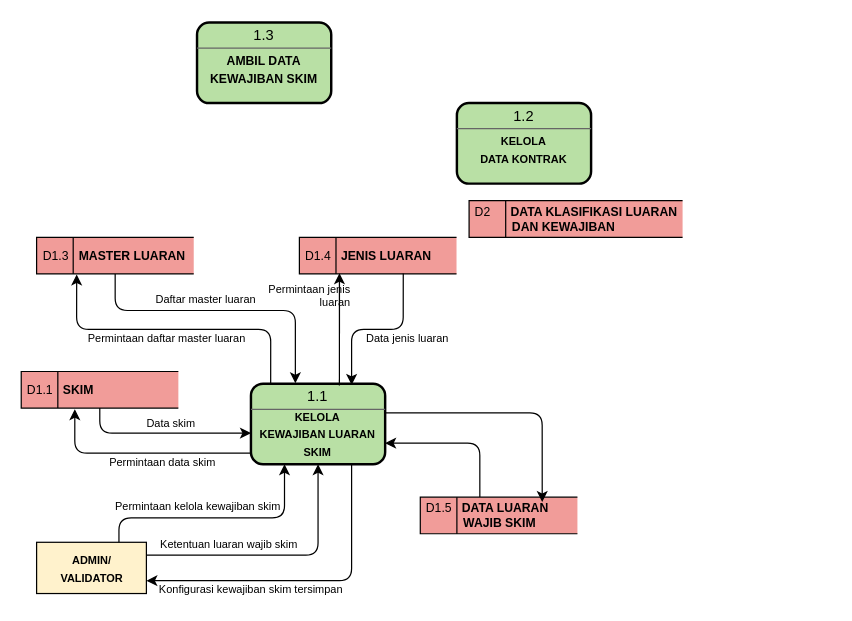
This is page "Level 1 (1)" (3 of 6) of Monitoring Luaran.drawio from krizal8749-ops/Ideabox, a draw.io file, before an edit. Source tidied: cells renumbered, new cells numbered last; positions are measured from the earlier drawing's top-left corner, leaving out a move shared by most shapes. Both pictures are drawn from the tidied source at 122%, with x=0, y=0 at pixel (21, 22).
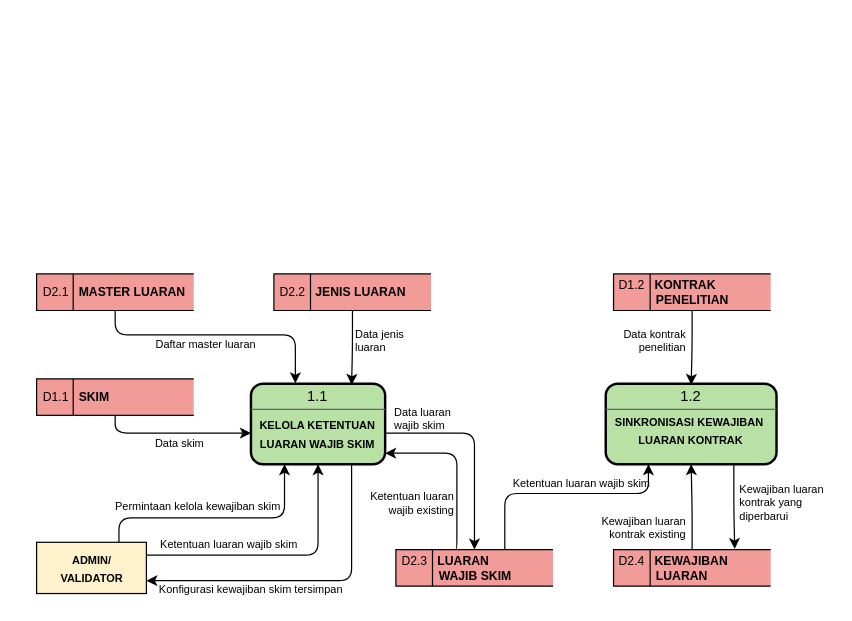
After the change.

Unchanged cells that the change refers to:
```xml
<mxCell id="3" style="group;" parent="1" vertex="1">
  <mxGeometry x="188.2" y="296" width="110" height="66" as="geometry" />
</mxCell>
<mxCell id="4" style="rounded=1;whiteSpace=wrap;html=1;strokeWidth=2;fillColor=#B9E0A5;" parent="3" vertex="1">
  <mxGeometry width="110" height="66" as="geometry" />
</mxCell>
<mxCell id="5" value="1.1" style="text;html=1;whiteSpace=wrap;strokeColor=none;fillColor=none;align=center;verticalAlign=middle;rounded=0;" parent="3" vertex="1">
  <mxGeometry y="1" width="110" height="20" as="geometry" />
</mxCell>
```

Change to the diagram source:
```diff
@@
-    <mxCell id="7" value="&lt;font style=&quot;font-size: 9px;&quot;&gt;KELOLA&lt;/font&gt;&lt;div&gt;&lt;font style=&quot;font-size: 9px;&quot;&gt;KEWAJIBAN LUARAN SKIM&lt;/font&gt;&lt;/div&gt;" style="text;html=1;whiteSpace=wrap;strokeColor=none;fillColor=none;align=center;verticalAlign=middle;rounded=0;fontStyle=1;" parent="3" vertex="1">
+    <mxCell id="7" value="&lt;font style=&quot;font-size: 9px;&quot;&gt;KELOLA KETENTUAN&lt;/font&gt;&lt;div&gt;&lt;font style=&quot;font-size: 9px;&quot;&gt;LUARAN WAJIB SKIM&lt;/font&gt;&lt;/div&gt;" style="text;html=1;whiteSpace=wrap;strokeColor=none;fillColor=none;align=center;verticalAlign=middle;rounded=0;fontStyle=1;" parent="3" vertex="1">
       <mxGeometry y="24" width="110" height="33" as="geometry" />
     </mxCell>
     <mxCell id="8" style="group;" parent="1" vertex="1">
-      <mxGeometry x="357" y="66" width="110" height="66" as="geometry" />
+      <mxGeometry x="479" y="296" width="140" height="66" as="geometry" />
     </mxCell>
     <mxCell id="9" style="rounded=1;whiteSpace=wrap;html=1;strokeWidth=2;fillColor=#B9E0A5;" parent="8" vertex="1">
-      <mxGeometry width="110" height="66" as="geometry" />
+      <mxGeometry width="140" height="66" as="geometry" />
     </mxCell>
     <mxCell id="10" value="1.2" style="text;html=1;whiteSpace=wrap;strokeColor=none;fillColor=none;align=center;verticalAlign=middle;rounded=0;" parent="8" vertex="1">
-      <mxGeometry y="1" width="110" height="20" as="geometry" />
+      <mxGeometry y="1" width="140" height="20" as="geometry" />
     </mxCell>
@@
-    <mxCell id="12" value="&lt;font style=&quot;font-size: 9px;&quot;&gt;KELOLA&lt;/font&gt;&lt;div&gt;&lt;font style=&quot;font-size: 9px;&quot;&gt;DATA KONTRAK&lt;/font&gt;&lt;/div&gt;" style="text;html=1;whiteSpace=wrap;strokeColor=none;fillColor=none;align=center;verticalAlign=middle;rounded=0;fontStyle=1;" parent="8" vertex="1">
-      <mxGeometry y="21" width="110" height="33" as="geometry" />
+    <mxCell id="12" value="&lt;font style=&quot;font-size: 9px;&quot;&gt;SINKRONISASI KEWAJIBAN&amp;nbsp; LUARAN KONTRAK&lt;/font&gt;" style="text;html=1;whiteSpace=wrap;strokeColor=none;fillColor=none;align=center;verticalAlign=middle;rounded=0;fontStyle=1;" parent="8" vertex="1">
+      <mxGeometry y="21" width="140" height="33" as="geometry" />
     </mxCell>
-    <mxCell id="13" style="group;" parent="1" vertex="1">
-      <mxGeometry x="144" width="110" height="66" as="geometry" />
-    </mxCell>
-    <mxCell id="14" style="rounded=1;whiteSpace=wrap;html=1;strokeWidth=2;fillColor=#B9E0A5;" parent="13" vertex="1">
-      <mxGeometry width="110" height="66" as="geometry" />
-    </mxCell>
-    <mxCell id="15" value="1.3" style="text;html=1;whiteSpace=wrap;strokeColor=none;fillColor=none;align=center;verticalAlign=middle;rounded=0;" parent="13" vertex="1">
-      <mxGeometry y="1" width="110" height="20" as="geometry" />
-    </mxCell>
-    <mxCell id="16" style="endArrow=none;html=1;rounded=0;entryX=1;entryY=1;entryDx=0;entryDy=0;exitX=0;exitY=1;exitDx=0;exitDy=0;strokeWidth=1;strokeColor=#666666;" parent="13" edge="1" source="15" target="15">
-      <mxGeometry relative="1" as="geometry" />
-    </mxCell>
-    <mxCell id="17" value="&lt;font size=&quot;1&quot;&gt;AMBIL DATA KEWAJIBAN SKIM&lt;/font&gt;" style="text;html=1;whiteSpace=wrap;strokeColor=none;fillColor=none;align=center;verticalAlign=middle;rounded=0;fontStyle=1;" parent="13" vertex="1">
-      <mxGeometry y="21" width="110" height="33" as="geometry" />
-    </mxCell>
@@
-    <mxCell id="19" style="endArrow=classic;html=1;rounded=1;exitX=0;exitY=1;exitDx=0;exitDy=0;edgeStyle=orthogonalEdgeStyle;curved=0;entryX=0.341;entryY=1.029;entryDx=0;entryDy=0;entryPerimeter=0;" parent="1" edge="1" source="7" target="20">
-      <mxGeometry relative="1" as="geometry">
-        <Array as="points">
-          <mxPoint x="43.8" y="353" />
-        </Array>
-      </mxGeometry>
-    </mxCell>
     <mxCell id="20" value="D1.1&amp;nbsp; &amp;nbsp;&lt;b&gt;SKIM&lt;/b&gt;" style="html=1;dashed=0;whiteSpace=wrap;shape=mxgraph.dfd.dataStoreID;align=left;spacingLeft=3;points=[[0,0],[0.5,0],[1,0],[0,0.5],[1,0.5],[0,1],[0.5,1],[1,1]];fontSize=10;fillColor=#F19C99;" parent="1" vertex="1">
-      <mxGeometry x="-0.1" y="286" width="128.8" height="30" as="geometry" />
+      <mxGeometry x="12.5" y="292" width="128.8" height="30" as="geometry" />
     </mxCell>
-    <mxCell id="21" value="D2&amp;nbsp; &amp;nbsp; &amp;nbsp;&amp;nbsp;&lt;b&gt;DATA KLASIFIKASI LUARAN&amp;nbsp;&lt;/b&gt;&lt;div&gt;&lt;b&gt;&amp;nbsp; &amp;nbsp; &amp;nbsp; &amp;nbsp; &amp;nbsp; &amp;nbsp;DAN KEWAJIBAN&lt;/b&gt;&lt;/div&gt;" style="html=1;dashed=0;whiteSpace=wrap;shape=mxgraph.dfd.dataStoreID;align=left;spacingLeft=3;fontSize=10;fillColor=#F19C99;" parent="1" vertex="1">
-      <mxGeometry x="367" y="146" width="175" height="30" as="geometry" />
-    </mxCell>
@@
-    <mxCell id="24" value="Permintaan data skim" style="text;html=1;whiteSpace=wrap;strokeColor=none;fillColor=none;align=center;verticalAlign=middle;rounded=0;fontSize=9;" parent="1" vertex="1">
-      <mxGeometry x="46" y="353" width="140" height="16" as="geometry" />
-    </mxCell>
     <mxCell id="25" value="Data skim" style="text;html=1;whiteSpace=wrap;strokeColor=none;fillColor=none;align=center;verticalAlign=middle;rounded=0;fontSize=9;" parent="1" vertex="1">
-      <mxGeometry x="67.5" y="321" width="110" height="16" as="geometry" />
+      <mxGeometry x="75" y="337" width="110" height="16" as="geometry" />
     </mxCell>
-    <mxCell id="26" value="D1.3&amp;nbsp; &amp;nbsp;&lt;b&gt;MASTER LUARAN&lt;/b&gt;" style="html=1;dashed=0;whiteSpace=wrap;shape=mxgraph.dfd.dataStoreID;align=left;spacingLeft=3;points=[[0,0],[0.5,0],[1,0],[0,0.5],[1,0.5],[0,1],[0.5,1],[1,1]];fontSize=10;fillColor=#F19C99;" parent="1" vertex="1">
-      <mxGeometry x="12.5" y="176" width="128.8" height="30" as="geometry" />
+    <mxCell id="26" value="D2.1&amp;nbsp; &amp;nbsp;&lt;b&gt;MASTER LUARAN&lt;/b&gt;" style="html=1;dashed=0;whiteSpace=wrap;shape=mxgraph.dfd.dataStoreID;align=left;spacingLeft=3;points=[[0,0],[0.5,0],[1,0],[0,0.5],[1,0.5],[0,1],[0.5,1],[1,1]];fontSize=10;fillColor=#F19C99;" parent="1" vertex="1">
+      <mxGeometry x="12.5" y="206" width="128.8" height="30" as="geometry" />
     </mxCell>
-    <mxCell id="27" style="endArrow=classic;html=1;rounded=1;exitX=0.147;exitY=-0.003;exitDx=0;exitDy=0;edgeStyle=orthogonalEdgeStyle;curved=0;entryX=0.255;entryY=1.016;entryDx=0;entryDy=0;entryPerimeter=0;exitPerimeter=0;" parent="1" edge="1" source="5" target="26">
-      <mxGeometry relative="1" as="geometry">
-        <Array as="points">
-          <mxPoint x="204.4" y="251.5" />
-          <mxPoint x="45.3" y="251.5" />
-        </Array>
-      </mxGeometry>
-    </mxCell>
     <mxCell id="28" style="endArrow=classic;html=1;rounded=1;edgeStyle=orthogonalEdgeStyle;curved=0;entryX=0.331;entryY=-0.068;entryDx=0;entryDy=0;entryPerimeter=0;exitX=0.5;exitY=1;exitDx=0;exitDy=0;" parent="1" edge="1" source="26" target="5">
       <mxGeometry relative="1" as="geometry">
         <Array as="points">
-          <mxPoint x="76.9" y="236" />
-          <mxPoint x="224.7" y="236" />
+          <mxPoint x="76.9" y="256" />
+          <mxPoint x="224.7" y="256" />
         </Array>
       </mxGeometry>
     </mxCell>
-    <mxCell id="29" value="Permintaan daftar master luaran" style="text;html=1;whiteSpace=wrap;strokeColor=none;fillColor=none;align=center;verticalAlign=middle;rounded=0;fontSize=9;" parent="1" vertex="1">
-      <mxGeometry x="43.4" y="251" width="152.9" height="16" as="geometry" />
-    </mxCell>
     <mxCell id="30" value="Daftar master luaran" style="text;html=1;whiteSpace=wrap;strokeColor=none;fillColor=none;align=center;verticalAlign=middle;rounded=0;fontSize=9;" parent="1" vertex="1">
-      <mxGeometry x="75" y="219" width="152.9" height="16" as="geometry" />
+      <mxGeometry x="75" y="256" width="152.9" height="16" as="geometry" />
     </mxCell>
-    <mxCell id="31" value="D1.4&amp;nbsp; &amp;nbsp;&lt;b&gt;JENIS LUARAN&lt;/b&gt;" style="html=1;dashed=0;whiteSpace=wrap;shape=mxgraph.dfd.dataStoreID;align=left;spacingLeft=3;points=[[0,0],[0.5,0],[1,0],[0,0.5],[1,0.5],[0,1],[0.5,1],[1,1]];fontSize=10;fillColor=#F19C99;" parent="1" vertex="1">
-      <mxGeometry x="227.9" y="176" width="128.8" height="30" as="geometry" />
+    <mxCell id="31" value="D2.2&amp;nbsp; &amp;nbsp;&lt;b&gt;JENIS LUARAN&lt;/b&gt;" style="html=1;dashed=0;whiteSpace=wrap;shape=mxgraph.dfd.dataStoreID;align=left;spacingLeft=3;points=[[0,0],[0.5,0],[1,0],[0,0.5],[1,0.5],[0,1],[0.5,1],[1,1]];fontSize=10;fillColor=#F19C99;" parent="1" vertex="1">
+      <mxGeometry x="207" y="206" width="128.8" height="30" as="geometry" />
     </mxCell>
-    <mxCell id="32" style="endArrow=classic;html=1;rounded=1;exitX=0.659;exitY=0.024;exitDx=0;exitDy=0;edgeStyle=orthogonalEdgeStyle;curved=0;entryX=0.255;entryY=0.98;entryDx=0;entryDy=0;entryPerimeter=0;exitPerimeter=0;" parent="1" edge="1" source="4" target="31">
-      <mxGeometry relative="1" as="geometry" />
-    </mxCell>
-    <mxCell id="33" value="Permintaan jenis luaran" style="text;html=1;whiteSpace=wrap;strokeColor=none;fillColor=none;align=right;verticalAlign=middle;rounded=0;fontSize=9;" parent="1" vertex="1">
-      <mxGeometry x="195.1" y="216" width="76.5" height="16" as="geometry" />
-    </mxCell>
-    <mxCell id="34" style="endArrow=classic;html=1;rounded=1;exitX=0.661;exitY=0.99;exitDx=0;exitDy=0;edgeStyle=orthogonalEdgeStyle;curved=0;entryX=0.75;entryY=0;entryDx=0;entryDy=0;exitPerimeter=0;" parent="1" edge="1" source="31" target="5">
+    <mxCell id="34" style="endArrow=classic;html=1;rounded=1;exitX=0.5;exitY=1;exitDx=0;exitDy=0;edgeStyle=orthogonalEdgeStyle;curved=0;entryX=0.75;entryY=0;entryDx=0;entryDy=0;" parent="1" edge="1" source="31" target="5">
       <mxGeometry relative="1" as="geometry" />
     </mxCell>
     <mxCell id="35" value="Data jenis luaran" style="text;html=1;whiteSpace=wrap;strokeColor=none;fillColor=none;align=left;verticalAlign=middle;rounded=0;fontSize=9;" parent="1" vertex="1">
-      <mxGeometry x="280.5" y="251" width="76.5" height="16" as="geometry" />
+      <mxGeometry x="271.6" y="253" width="50" height="16" as="geometry" />
     </mxCell>
-    <mxCell id="36" value="D1.5&amp;nbsp; &amp;nbsp;&lt;b&gt;DATA LUARAN&lt;/b&gt;&lt;div&gt;&lt;b&gt;&amp;nbsp; &amp;nbsp; &amp;nbsp; &amp;nbsp; &amp;nbsp; &amp;nbsp;WAJIB SKIM&lt;/b&gt;&lt;/div&gt;" style="html=1;dashed=0;whiteSpace=wrap;shape=mxgraph.dfd.dataStoreID;align=left;spacingLeft=3;points=[[0,0],[0.5,0],[1,0],[0,0.5],[1,0.5],[0,1],[0.5,1],[1,1]];fontSize=10;fillColor=#F19C99;" parent="1" vertex="1">
-      <mxGeometry x="327" y="389" width="128.8" height="30" as="geometry" />
+    <mxCell id="36" value="D2.3&amp;nbsp; &amp;nbsp;&lt;b&gt;LUARAN&lt;/b&gt;&lt;div&gt;&lt;b&gt;&amp;nbsp; &amp;nbsp; &amp;nbsp; &amp;nbsp; &amp;nbsp; &amp;nbsp;WAJIB SKIM&lt;/b&gt;&lt;/div&gt;" style="html=1;dashed=0;whiteSpace=wrap;shape=mxgraph.dfd.dataStoreID;align=left;spacingLeft=3;points=[[0,0],[0.5,0],[1,0],[0,0.5],[1,0.5],[0,1],[0.5,1],[1,1]];fontSize=10;fillColor=#F19C99;" parent="1" vertex="1">
+      <mxGeometry x="307" y="432" width="128.8" height="30" as="geometry" />
     </mxCell>
@@
-    <mxCell id="41" style="endArrow=classic;html=1;rounded=1;exitX=0.379;exitY=-0.007;exitDx=0;exitDy=0;edgeStyle=orthogonalEdgeStyle;curved=0;entryX=1;entryY=0.75;entryDx=0;entryDy=0;exitPerimeter=0;" parent="1" edge="1" source="36" target="7">
-      <mxGeometry relative="1" as="geometry" />
+    <mxCell id="41" style="endArrow=classic;html=1;rounded=1;exitX=0.379;exitY=-0.007;exitDx=0;exitDy=0;edgeStyle=orthogonalEdgeStyle;curved=0;entryX=1;entryY=1;entryDx=0;entryDy=0;exitPerimeter=0;" parent="1" edge="1" source="36" target="7">
+      <mxGeometry relative="1" as="geometry">
+        <Array as="points">
+          <mxPoint x="357" y="431.8" />
+          <mxPoint x="357" y="353" />
+        </Array>
+      </mxGeometry>
     </mxCell>
-    <mxCell id="42" style="endArrow=classic;html=1;rounded=1;exitX=1;exitY=0;exitDx=0;exitDy=0;edgeStyle=orthogonalEdgeStyle;curved=0;entryX=0.776;entryY=0.133;entryDx=0;entryDy=0;entryPerimeter=0;" parent="1" edge="1" source="7" target="36">
-      <mxGeometry relative="1" as="geometry">
-        <Array as="points">
-          <mxPoint x="426.9" y="319.9" />
-        </Array>
-      </mxGeometry>
+    <mxCell id="42" style="endArrow=classic;html=1;rounded=1;exitX=1;exitY=0.5;exitDx=0;exitDy=0;edgeStyle=orthogonalEdgeStyle;curved=0;entryX=0.5;entryY=0;entryDx=0;entryDy=0;" parent="1" edge="1" source="7" target="36">
+      <mxGeometry x="0.06" relative="1" as="geometry" />
     </mxCell>
+    <mxCell id="43" value="Data luaran wajib skim" style="text;html=1;whiteSpace=wrap;strokeColor=none;fillColor=none;align=left;verticalAlign=middle;rounded=0;fontSize=9;" parent="1" vertex="1">
+      <mxGeometry x="304" y="317" width="68.8" height="16" as="geometry" />
+    </mxCell>
+    <mxCell id="44" value="Ketentuan luaran wajib existing" style="text;html=1;whiteSpace=wrap;strokeColor=none;fillColor=none;align=right;verticalAlign=middle;rounded=0;fontSize=9;" parent="1" vertex="1">
+      <mxGeometry x="280" y="386" width="76.5" height="16" as="geometry" />
+    </mxCell>
+    <mxCell id="45" value="D1.2&amp;nbsp; &amp;nbsp;&lt;b&gt;KONTRAK&amp;nbsp;&lt;/b&gt;&lt;div&gt;&lt;b&gt;&lt;span style=&quot;white-space: pre;&quot;&gt;&#9;&lt;/span&gt;&amp;nbsp; &amp;nbsp;PENELITIAN&lt;/b&gt;&lt;/div&gt;" style="html=1;dashed=0;whiteSpace=wrap;shape=mxgraph.dfd.dataStoreID;align=left;spacingLeft=3;points=[[0,0],[0.5,0],[1,0],[0,0.5],[1,0.5],[0,1],[0.5,1],[1,1]];fontSize=10;fillColor=#F19C99;" parent="1" vertex="1">
+      <mxGeometry x="485.4" y="206" width="128.8" height="30" as="geometry" />
+    </mxCell>
+    <mxCell id="46" style="endArrow=classic;html=1;rounded=1;exitX=0.5;exitY=1;exitDx=0;exitDy=0;edgeStyle=orthogonalEdgeStyle;curved=0;entryX=0.5;entryY=0;entryDx=0;entryDy=0;" parent="1" edge="1" source="45" target="10">
+      <mxGeometry relative="1" as="geometry" />
+    </mxCell>
+    <mxCell id="47" value="D2.4&amp;nbsp; &amp;nbsp;&lt;b&gt;KEWAJIBAN&amp;nbsp;&lt;/b&gt;&lt;div&gt;&lt;b&gt;&lt;span style=&quot;white-space: pre;&quot;&gt;&#9;&lt;/span&gt;&amp;nbsp; &amp;nbsp;LUARAN&lt;/b&gt;&lt;/div&gt;" style="html=1;dashed=0;whiteSpace=wrap;shape=mxgraph.dfd.dataStoreID;align=left;spacingLeft=3;points=[[0,0],[0.5,0],[1,0],[0,0.5],[1,0.5],[0,1],[0.5,1],[1,1]];fontSize=10;fillColor=#F19C99;" parent="1" vertex="1">
+      <mxGeometry x="485.4" y="432" width="128.8" height="30" as="geometry" />
+    </mxCell>
+    <mxCell id="48" style="endArrow=classic;html=1;rounded=1;exitX=0.75;exitY=1;exitDx=0;exitDy=0;edgeStyle=orthogonalEdgeStyle;curved=0;entryX=0.771;entryY=-0.018;entryDx=0;entryDy=0;entryPerimeter=0;" parent="1" edge="1" source="9" target="47">
+      <mxGeometry x="-0.18" relative="1" as="geometry" />
+    </mxCell>
+    <mxCell id="49" value="Data kontrak penelitian" style="text;html=1;whiteSpace=wrap;strokeColor=none;fillColor=none;align=right;verticalAlign=middle;rounded=0;fontSize=9;" parent="1" vertex="1">
+      <mxGeometry x="470" y="253" width="76.5" height="16" as="geometry" />
+    </mxCell>
+    <mxCell id="50" value="Kewajiban luaran kontrak yang diperbarui" style="text;html=1;whiteSpace=wrap;strokeColor=none;fillColor=none;align=left;verticalAlign=middle;rounded=0;fontSize=9;" parent="1" vertex="1">
+      <mxGeometry x="587" y="386" width="76.5" height="16" as="geometry" />
+    </mxCell>
+    <mxCell id="51" style="endArrow=classic;html=1;rounded=1;exitX=0.693;exitY=0.006;exitDx=0;exitDy=0;edgeStyle=orthogonalEdgeStyle;curved=0;entryX=0.25;entryY=1;entryDx=0;entryDy=0;exitPerimeter=0;" parent="1" edge="1" source="36" target="9">
+      <mxGeometry x="0.16" relative="1" as="geometry">
+        <Array as="points">
+          <mxPoint x="396.2" y="386" />
+          <mxPoint x="514" y="386" />
+        </Array>
+      </mxGeometry>
+    </mxCell>
+    <mxCell id="52" value="Ketentuan luaran wajib skim" style="text;html=1;whiteSpace=wrap;strokeColor=none;fillColor=none;align=center;verticalAlign=middle;rounded=0;fontSize=9;" parent="1" vertex="1">
+      <mxGeometry x="402" y="370" width="115.2" height="16" as="geometry" />
+    </mxCell>
+    <mxCell id="53" style="endArrow=classic;html=1;rounded=1;edgeStyle=orthogonalEdgeStyle;curved=0;entryX=0.5;entryY=1;entryDx=0;entryDy=0;exitX=0.5;exitY=0;exitDx=0;exitDy=0;" parent="1" edge="1" source="47" target="9">
+      <mxGeometry x="-0.17" relative="1" as="geometry" />
+    </mxCell>
+    <mxCell id="54" value="Kewajiban luaran kontrak existing" style="text;html=1;whiteSpace=wrap;strokeColor=none;fillColor=none;align=right;verticalAlign=middle;rounded=0;fontSize=9;" parent="1" vertex="1">
+      <mxGeometry x="470" y="406" width="76.5" height="16" as="geometry" />
+    </mxCell>
```
